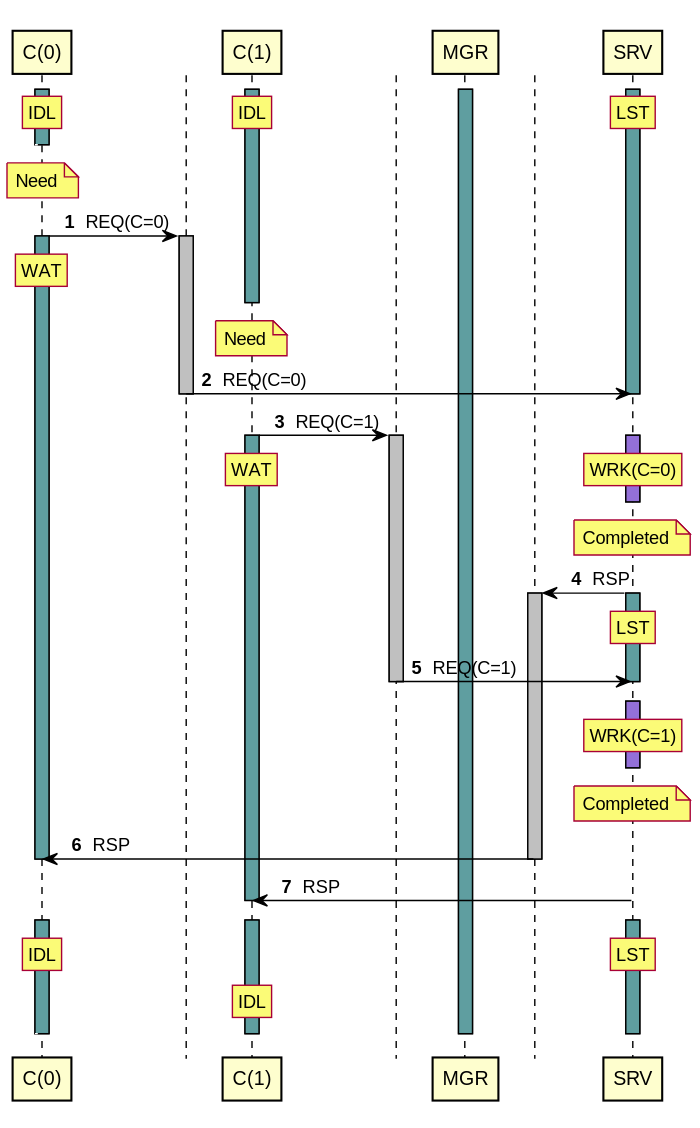
Above: tests/expected/test_managed_clients_server/sequence.svg in orenbenkiki/total-space (PlantUML), before the change.
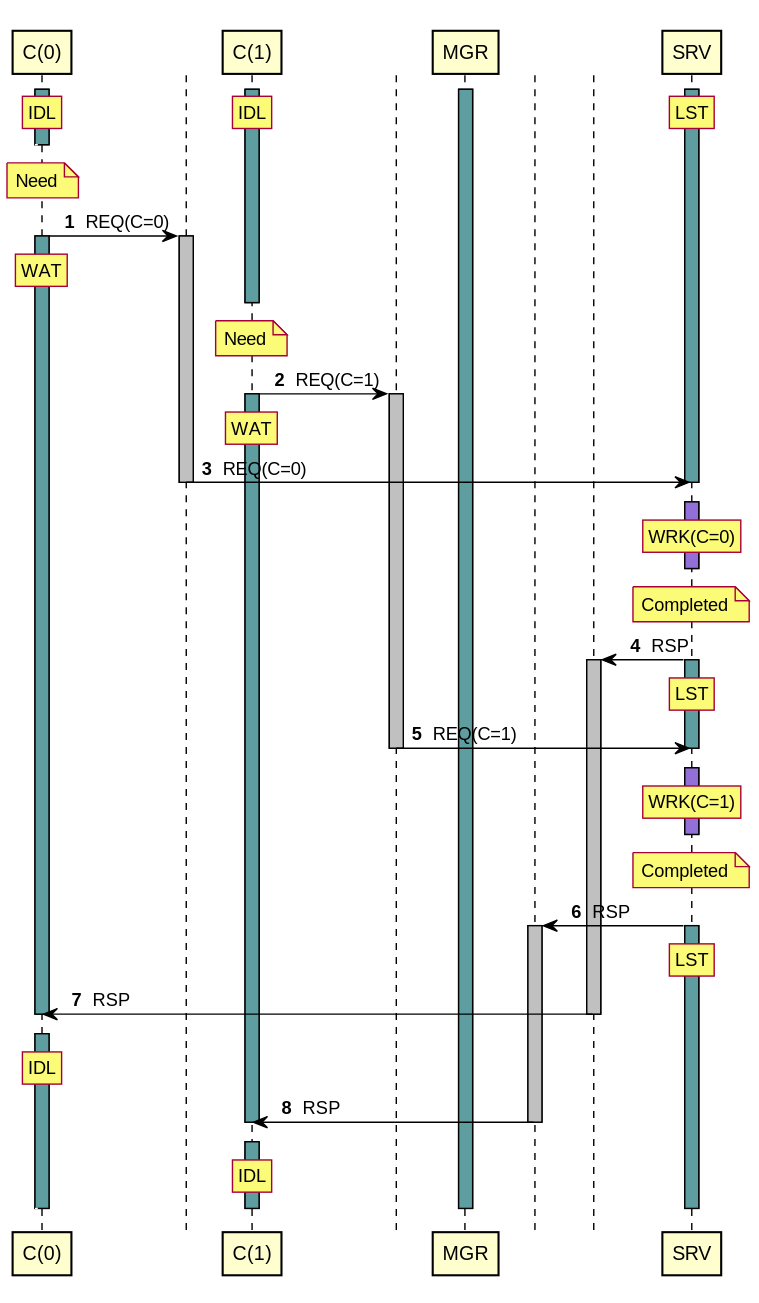
Above is the later version.

What changed in the source:
```diff
@@ -36,16 +36,19 @@
 autonumber resume
 deactivate A1
 note over A1 : Need
-T0 -> A3 : REQ(C=0)
-deactivate T0
-deactivate A3
 control " " as T1 order 10201
 A1 -> T1 : REQ(C=1)
 activate T1 #Silver
 activate A1 #CadetBlue
+rnote over A1 : WAT
+T0 -> A3 : REQ(C=0)
+deactivate T0
+deactivate A3
+autonumber stop
+[<[#White]-- A0
+autonumber resume
 activate A3 #MediumPurple
-rnote over A1 : WAT
-/ rnote over A3 : WRK(C=0)
+rnote over A3 : WRK(C=0)
 autonumber stop
 [<[#White]-- A0
 autonumber resume
@@ -69,18 +72,25 @@
 autonumber resume
 deactivate A3
 note over A3 : Completed
+control " " as T3 order 10398
+A3 -> T3 : RSP
+activate T3 #Silver
+activate A3 #CadetBlue
+rnote over A3 : LST
 T2 -> A0 : RSP
 deactivate T2
 deactivate A0
-A3 -> A1 : RSP
+autonumber stop
+[<[#White]-- A0
+autonumber resume
+activate A0 #CadetBlue
+rnote over A0 : IDL
+T3 -> A1 : RSP
+deactivate T3
 deactivate A1
 autonumber stop
 [<[#White]-- A0
 autonumber resume
-activate A3 #CadetBlue
-activate A0 #CadetBlue
-rnote over A3 : LST
-/ rnote over A0 : IDL
 activate A1 #CadetBlue
 rnote over A1 : IDL
 autonumber stop
```
